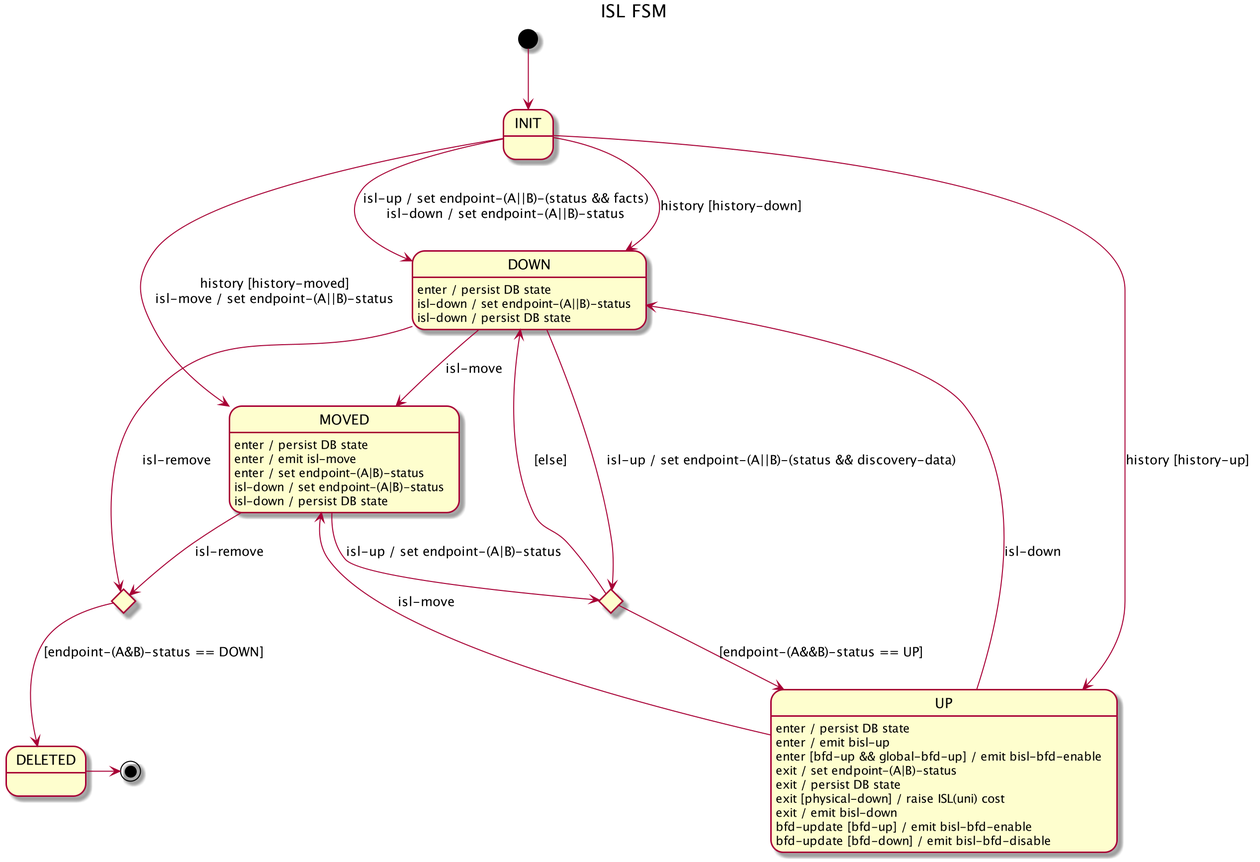
This is docs/design/network-discovery/ISL-FSM.png from telstra/open-kilda, a PlantUML export, as it was before one commit.
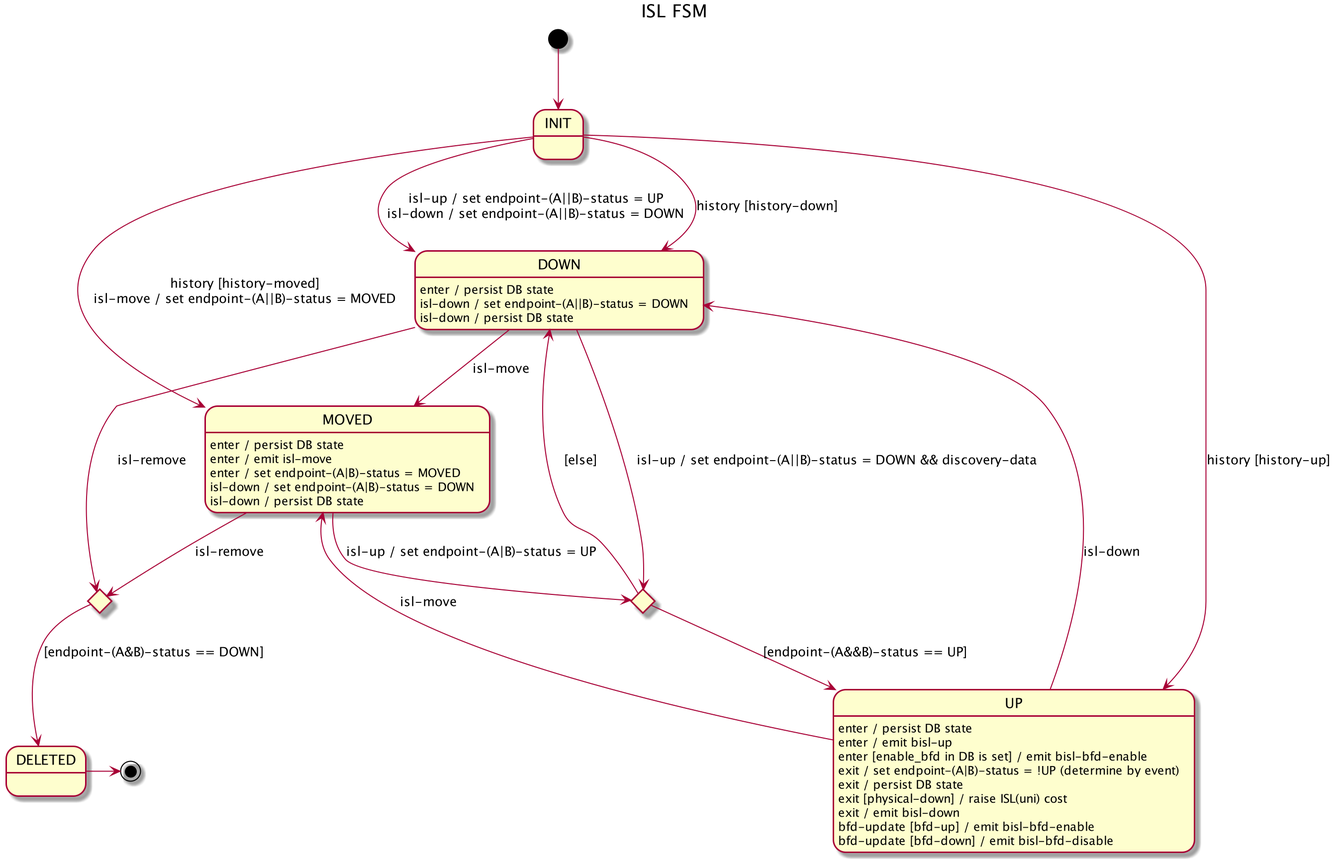
Later version of the same file.

The edit, as a diff of the source:
```diff
@@ -3,19 +3,19 @@
 
 [*] --> INIT
 
-INIT --> DOWN : isl-up / set endpoint-(A||B)-(status && facts)\nisl-down / set endpoint-(A||B)-status
+INIT --> DOWN : isl-up / set endpoint-(A||B)-status = UP\nisl-down / set endpoint-(A||B)-status = DOWN
 INIT --> DOWN : history [history-down]
 INIT --> UP : history [history-up]
-INIT --> MOVED : history [history-moved]\nisl-move / set endpoint-(A||B)-status
+INIT --> MOVED : history [history-moved]\nisl-move / set endpoint-(A||B)-status = MOVED
 
 state upAttempt <<choice>>
 state deleteAttempt <<choice>>
 deleteAttempt --> DELETED : [endpoint-(A&B)-status == DOWN]
 
-DOWN --> upAttempt : isl-up / set endpoint-(A||B)-(status && discovery-data)
+DOWN --> upAttempt : isl-up / set endpoint-(A||B)-status = DOWN && discovery-data
 DOWN --> MOVED : isl-move
 DOWN : enter / persist DB state
-DOWN : isl-down / set endpoint-(A||B)-status
+DOWN : isl-down / set endpoint-(A||B)-status = DOWN
 DOWN : isl-down / persist DB state
 DOWN -> deleteAttempt : isl-remove
 
@@ -26,20 +26,20 @@
 UP --> MOVED : isl-move
 UP : enter / persist DB state
 UP : enter / emit bisl-up
-UP : enter [bfd-up && global-bfd-up] / emit bisl-bfd-enable
-UP : exit / set endpoint-(A|B)-status
+UP : enter [enable_bfd in DB is set] / emit bisl-bfd-enable
+UP : exit / set endpoint-(A|B)-status = !UP (determine by event)
 UP : exit / persist DB state
 UP : exit [physical-down] / raise ISL(uni) cost
 UP : exit / emit bisl-down
 UP : bfd-update [bfd-up] / emit bisl-bfd-enable
 UP : bfd-update [bfd-down] / emit bisl-bfd-disable
 
-MOVED --> upAttempt : isl-up / set endpoint-(A|B)-status
+MOVED --> upAttempt : isl-up / set endpoint-(A|B)-status = UP
 MOVED --> deleteAttempt : isl-remove
 MOVED : enter / persist DB state
 MOVED : enter / emit isl-move
-MOVED : enter / set endpoint-(A|B)-status
-MOVED : isl-down / set endpoint-(A|B)-status
+MOVED : enter / set endpoint-(A|B)-status = MOVED
+MOVED : isl-down / set endpoint-(A|B)-status = DOWN
 MOVED : isl-down / persist DB state
 
 DELETED -> [*]
```
